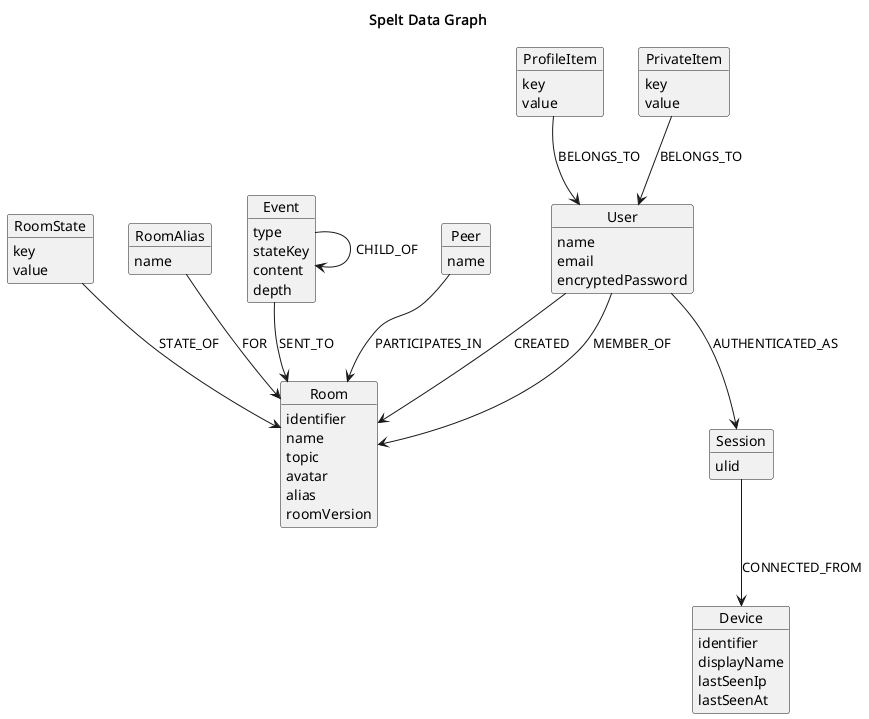
jec/spelt-scala keeps this PlantUML diagram as doc/data_graph.png. Above is the earlier version. Its source is kept beside it as doc/data_graph.puml.
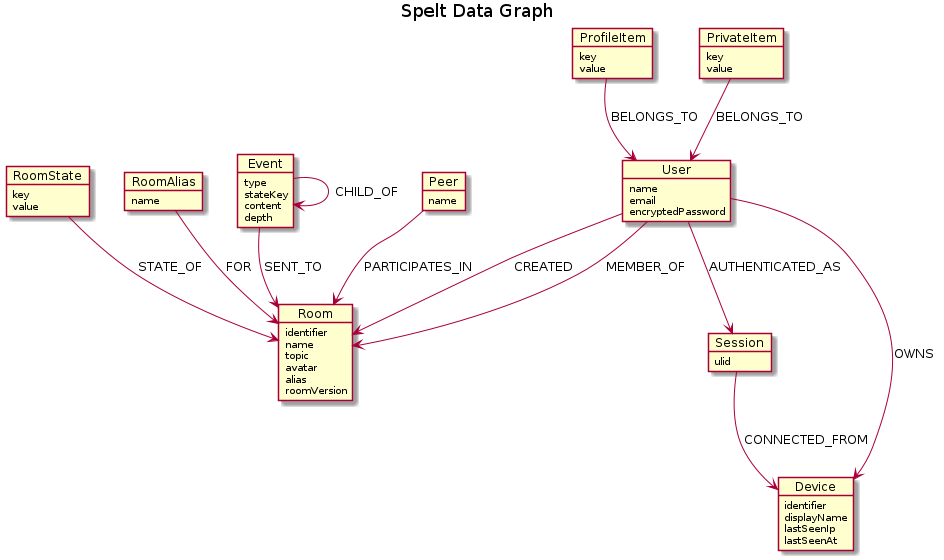
The same diagram one commit later.

Change to the diagram source:
```diff
@@ -50,6 +50,7 @@
 }
 
 User --> Session : AUTHENTICATED_AS
+User --> Device : OWNS
 User --> Room : CREATED
 User --> Room : MEMBER_OF
 ProfileItem --> User : BELONGS_TO
```
